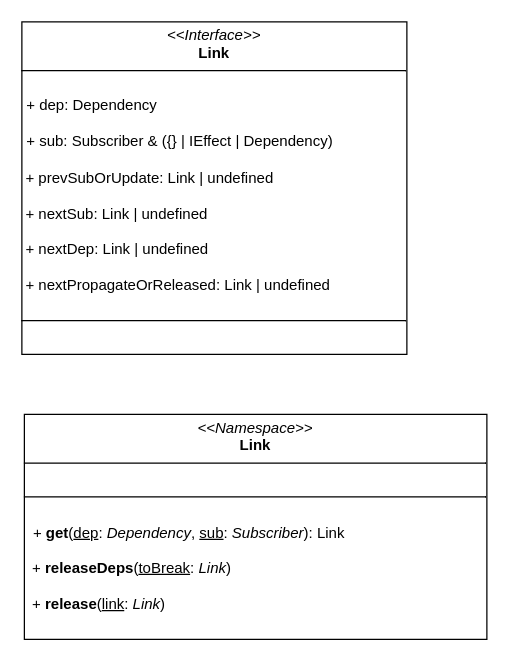
This is page "Link" (2 of 2) of diagrams/entity.drawio from nazoflow/alien-signals-notes, a draw.io file, before an edit. Source tidied: cells renumbered, new cells numbered last; positions are measured from the earlier drawing's top-left corner, leaving out a move shared by most shapes. Both pictures are drawn from the tidied source at 125%, with x=0, y=0 at pixel (21, 21).
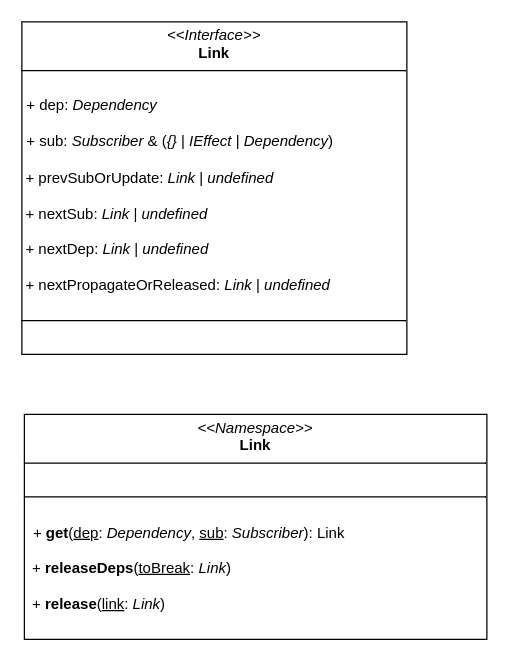
Above is the later version.

Change to the diagram source:
```diff
@@
 <mxGraphModel>
   <root>
     <mxCell id="0" />
     <mxCell id="1" parent="0" />
-    <mxCell id="2" value="&lt;p style=&quot;margin:0px;margin-top:4px;text-align:center;&quot;&gt;&lt;i&gt;&amp;lt;&amp;lt;Interface&amp;gt;&amp;gt;&lt;/i&gt;&lt;br&gt;&lt;b&gt;Link&lt;/b&gt;&lt;/p&gt;&lt;hr size=&quot;1&quot; style=&quot;border-style:solid;&quot;&gt;&lt;p style=&quot;margin:0px;margin-left:4px;&quot;&gt;&lt;br&gt;&lt;/p&gt;&lt;p style=&quot;margin:0px;margin-left:4px;&quot;&gt;+ dep: Dependency&lt;/p&gt;&lt;p style=&quot;margin:0px;margin-left:4px;&quot;&gt;&lt;br&gt;+ sub: Subscriber &amp;amp; ({} | IEffect | Dependency)&lt;/p&gt;&lt;br&gt;&amp;nbsp;+ prevSubOrUpdate: Link | undefined&lt;span style=&quot;white-space: pre;&quot;&gt;&#9;&lt;/span&gt;&lt;div&gt;&lt;br&gt;&amp;nbsp;+ nextSub: Link | undefined&lt;/div&gt;&lt;br&gt;&amp;nbsp;+ nextDep: Link | undefined&lt;div&gt;&amp;nbsp;&lt;br&gt;&amp;nbsp;+ nextPropagateOrReleased: Link | undefined&lt;/div&gt;&lt;div&gt;&lt;br&gt;&lt;hr size=&quot;1&quot; style=&quot;border-style:solid;&quot;&gt;&lt;p style=&quot;margin:0px;margin-left:4px;&quot;&gt;&lt;br&gt;&lt;/p&gt;&lt;/div&gt;" style="verticalAlign=top;align=left;overflow=fill;html=1;whiteSpace=wrap;" parent="1" vertex="1">
+    <mxCell id="2" value="&lt;p style=&quot;margin:0px;margin-top:4px;text-align:center;&quot;&gt;&lt;i&gt;&amp;lt;&amp;lt;Interface&amp;gt;&amp;gt;&lt;/i&gt;&lt;br&gt;&lt;b&gt;Link&lt;/b&gt;&lt;/p&gt;&lt;hr size=&quot;1&quot; style=&quot;border-style:solid;&quot;&gt;&lt;p style=&quot;margin:0px;margin-left:4px;&quot;&gt;&lt;br&gt;&lt;/p&gt;&lt;p style=&quot;margin:0px;margin-left:4px;&quot;&gt;+ dep: &lt;i&gt;Dependency&lt;/i&gt;&lt;/p&gt;&lt;p style=&quot;margin:0px;margin-left:4px;&quot;&gt;&lt;br&gt;+ sub: &lt;i&gt;Subscriber&lt;/i&gt; &amp;amp; (&lt;i&gt;{}&lt;/i&gt; | &lt;i&gt;IEffect&lt;/i&gt; | &lt;i&gt;Dependency&lt;/i&gt;)&lt;/p&gt;&lt;br&gt;&amp;nbsp;+ prevSubOrUpdate: &lt;i&gt;Link&lt;/i&gt; | &lt;i&gt;undefined&lt;/i&gt;&lt;span style=&quot;white-space: pre;&quot;&gt;&#9;&lt;/span&gt;&lt;div&gt;&lt;br&gt;&amp;nbsp;+ nextSub: &lt;i&gt;Link&lt;/i&gt; | &lt;i&gt;undefined&lt;/i&gt;&lt;/div&gt;&lt;br&gt;&amp;nbsp;+ nextDep: &lt;i&gt;Link&lt;/i&gt; | &lt;i&gt;undefined&lt;/i&gt;&lt;div&gt;&amp;nbsp;&lt;br&gt;&amp;nbsp;+ nextPropagateOrReleased: &lt;i&gt;Link&lt;/i&gt; | &lt;i&gt;undefined&lt;/i&gt;&lt;/div&gt;&lt;div&gt;&lt;br&gt;&lt;hr size=&quot;1&quot; style=&quot;border-style:solid;&quot;&gt;&lt;p style=&quot;margin:0px;margin-left:4px;&quot;&gt;&lt;br&gt;&lt;/p&gt;&lt;/div&gt;" style="verticalAlign=top;align=left;overflow=fill;html=1;whiteSpace=wrap;" parent="1" vertex="1">
       <mxGeometry width="308" height="266" as="geometry" />
     </mxCell>
     <mxCell id="3" style="edgeStyle=orthogonalEdgeStyle;rounded=0;orthogonalLoop=1;jettySize=auto;html=1;exitX=0.5;exitY=1;exitDx=0;exitDy=0;" parent="1" edge="1" source="2" target="2">
       <mxGeometry relative="1" as="geometry" />
     </mxCell>
     <mxCell id="4" value="&lt;p style=&quot;margin:0px;margin-top:4px;text-align:center;&quot;&gt;&lt;i&gt;&amp;lt;&amp;lt;Namespace&amp;gt;&amp;gt;&lt;/i&gt;&lt;br&gt;&lt;b&gt;Link&lt;/b&gt;&lt;/p&gt;&lt;hr style=&quot;border-style:solid;&quot; size=&quot;1&quot;&gt;&lt;p style=&quot;margin:0px;margin-left:4px;&quot;&gt;&lt;br&gt;&lt;/p&gt;&lt;div&gt;&lt;hr style=&quot;border-style:solid;&quot; size=&quot;1&quot;&gt;&lt;p style=&quot;margin:0px;margin-left:4px;&quot;&gt;&lt;br&gt;&amp;nbsp;+&amp;nbsp;&lt;b&gt;get&lt;/b&gt;(&lt;u&gt;dep&lt;/u&gt;: &lt;i&gt;Dependency&lt;/i&gt;, &lt;u&gt;sub&lt;/u&gt;: &lt;i&gt;Subscriber&lt;/i&gt;): Link&lt;/p&gt;&lt;br&gt;&amp;nbsp; +&amp;nbsp;&lt;b&gt;releaseDeps&lt;/b&gt;(&lt;u&gt;toBreak&lt;/u&gt;: &lt;i&gt;Link&lt;/i&gt;)&lt;br&gt;&amp;nbsp;&lt;/div&gt;&lt;div&gt;&amp;nbsp; +&amp;nbsp;&lt;b&gt;release&lt;/b&gt;(&lt;u&gt;link&lt;/u&gt;: &lt;i&gt;Link&lt;/i&gt;)&lt;p style=&quot;margin:0px;margin-left:4px;&quot;&gt;&lt;span style=&quot;background-color: transparent; color: light-dark(rgb(0, 0, 0), rgb(255, 255, 255));&quot;&gt;&amp;nbsp;&lt;/span&gt;&lt;/p&gt;&lt;/div&gt;" style="verticalAlign=top;align=left;overflow=fill;html=1;whiteSpace=wrap;fontColor=default;" parent="1" vertex="1">
       <mxGeometry x="2" y="314" width="370" height="180" as="geometry" />
     </mxCell>
     <mxCell id="5" style="edgeStyle=orthogonalEdgeStyle;rounded=0;orthogonalLoop=1;jettySize=auto;html=1;exitX=0.5;exitY=1;exitDx=0;exitDy=0;" parent="1" edge="1" source="4" target="4">
       <mxGeometry relative="1" as="geometry" />
     </mxCell>
   </root>
 </mxGraphModel>
```
